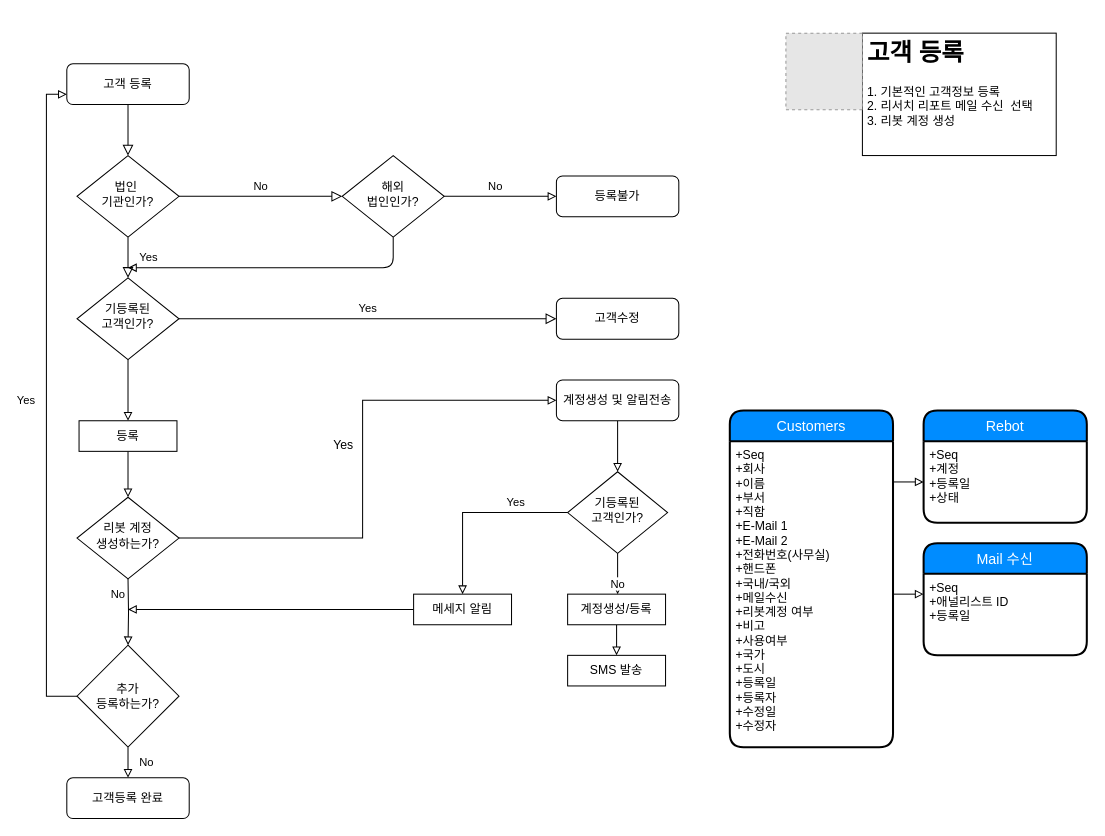
rex-j2w2/crm keeps this draw.io diagram as page "고객등록" (1 of 5) of ws_crm.drawio. Above is the earlier version. Source tidied: cells renumbered, new cells numbered last; positions are measured from the earlier drawing's top-left corner, leaving out a move shared by most shapes. Both pictures are drawn from the tidied source at 102%, with x=0, y=0 at pixel (46, 33). Pictures stored in the file or linked from it are replaced by grey dashed boxes.
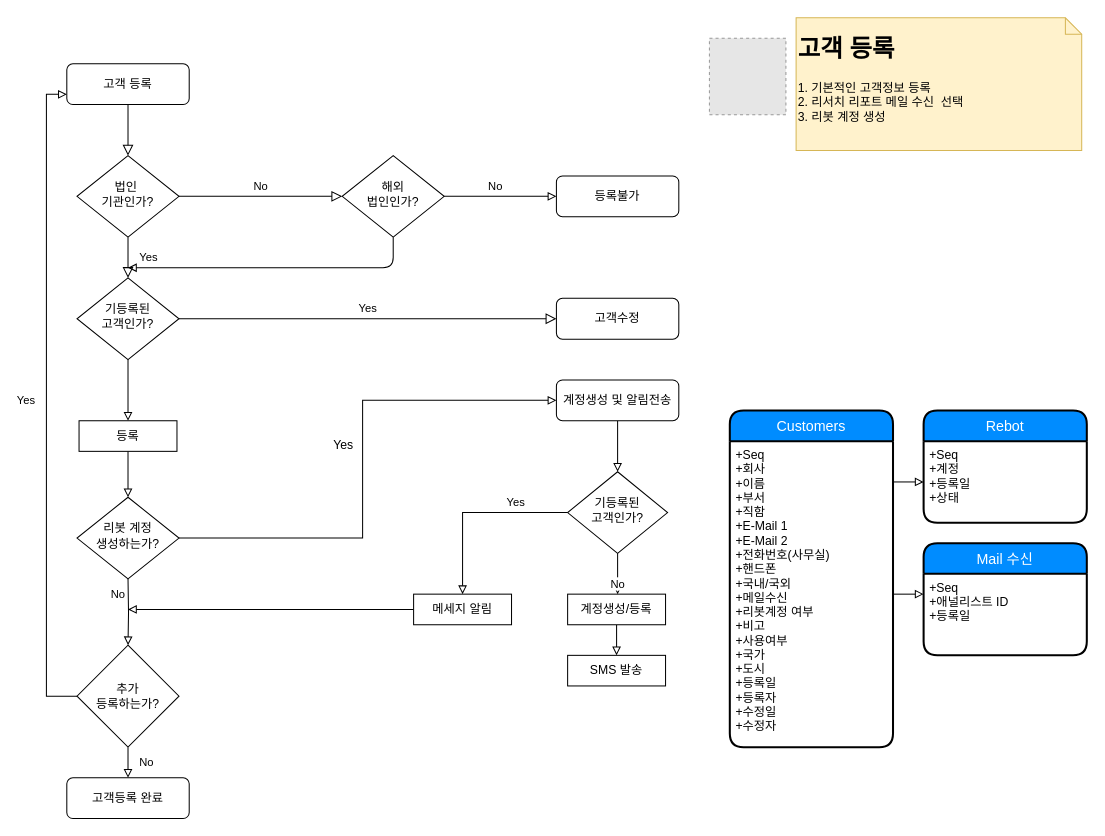
Above is the later version.

The edit, as a diff of the source:
```diff
@@
-    <mxCell id="35" value="&lt;h1&gt;고객 등록&lt;/h1&gt;&lt;div&gt;1. 기본적인 고객정보 등록&lt;/div&gt;&lt;div&gt;2. 리서치 리포트 메일 수신&amp;nbsp; 선택&lt;/div&gt;&lt;div&gt;3. 리봇 계정 생성&amp;nbsp;&lt;/div&gt;" style="text;html=1;strokeColor=#000000;fillColor=none;spacing=5;spacingTop=-20;whiteSpace=wrap;overflow=hidden;rounded=0;fontFamily=KB금융 본문체;" parent="1" vertex="1">
-      <mxGeometry x="800" width="190" height="120" as="geometry" />
-    </mxCell>
@@
-    <mxCell id="44" style="fillColor=#E6E6E6;strokeColor=#999999;dashed=1;verticalLabelPosition=bottom;verticalAlign=top;fontFamily=KB금융 본문체;" parent="1" vertex="1">
-      <mxGeometry x="725" width="75" height="75" as="geometry" />
-    </mxCell>
+    <mxCell id="45" style="fillColor=#E6E6E6;strokeColor=#999999;dashed=1;verticalLabelPosition=bottom;verticalAlign=top;fontFamily=KB금융 본문체;" parent="1" vertex="1">
+      <mxGeometry x="650" y="5" width="75" height="75" as="geometry" />
+    </mxCell>
+    <mxCell id="35" value="&lt;h1 style=&quot;font-family: &amp;#34;kb금융 본문체&amp;#34;&quot;&gt;고객 등록&lt;/h1&gt;&lt;h1 style=&quot;font-family: &amp;#34;kb금융 본문체&amp;#34;&quot;&gt;&lt;div style=&quot;font-family: &amp;#34;kb금융 본문체&amp;#34; ; font-size: 12px ; font-weight: 400&quot;&gt;1. 기본적인 고객정보 등록&lt;/div&gt;&lt;div style=&quot;font-family: &amp;#34;kb금융 본문체&amp;#34; ; font-size: 12px ; font-weight: 400&quot;&gt;2. 리서치 리포트 메일 수신&amp;nbsp; 선택&lt;/div&gt;&lt;div style=&quot;font-family: &amp;#34;kb금융 본문체&amp;#34; ; font-size: 12px ; font-weight: 400&quot;&gt;3. 리봇 계정 생성&amp;nbsp;&lt;/div&gt;&lt;/h1&gt;" style="shape=note;whiteSpace=wrap;html=1;size=16;verticalAlign=top;align=left;spacingTop=-6;fillColor=#fff2cc;strokeColor=#d6b656;" parent="1" vertex="1">
+      <mxGeometry x="735" y="-15" width="280" height="130" as="geometry" />
+    </mxCell>
```
